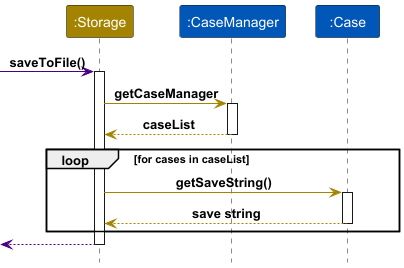
This is docs/images/SequenceDiagramFileSave.png from zhengjie2002/tp, a PlantUML export, as it was before one commit. Source of this version:
```plantuml
@startuml
!include ../style.puml

autoactivate on
participant ":Storage" as S STORAGE_COLOR
participant ":CaseManager" as CM CASEFILE_COLOR
participant ":Case" as C CASEFILE_COLOR

-[MAIN_COLOR]> S : saveToFile()

S -[STORAGE_COLOR]> CM : getCaseManager
return caseList

loop for cases in caseList
S -[STORAGE_COLOR]> C : getSaveString()
return save string
end loop

return
@enduml
```
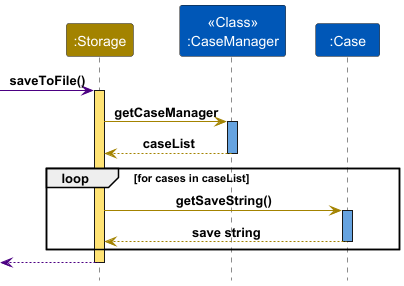
Later version of the same file.

Commit message:
Add colors to Storage sequence diagrams

The edit, as a diff of the source:
```diff
@@ -1,20 +1,26 @@
 @startuml
 !include ../style.puml
 
-autoactivate on
 participant ":Storage" as S STORAGE_COLOR
-participant ":CaseManager" as CM CASEFILE_COLOR
+participant "<<Class>>\n:CaseManager" as CM CASEFILE_COLOR
 participant ":Case" as C CASEFILE_COLOR
 
 -[MAIN_COLOR]> S : saveToFile()
+activate S STORAGE_COLOR_T1
 
 S -[STORAGE_COLOR]> CM : getCaseManager
+activate CM CASEFILE_COLOR_T1
 return caseList
+deactivate CM
 
 loop for cases in caseList
 S -[STORAGE_COLOR]> C : getSaveString()
+activate C CASEFILE_COLOR_T1
 return save string
+deactivate C
 end loop
 
-return
+<[MAIN_COLOR]-- S
+deactivate S
+
 @enduml
```
